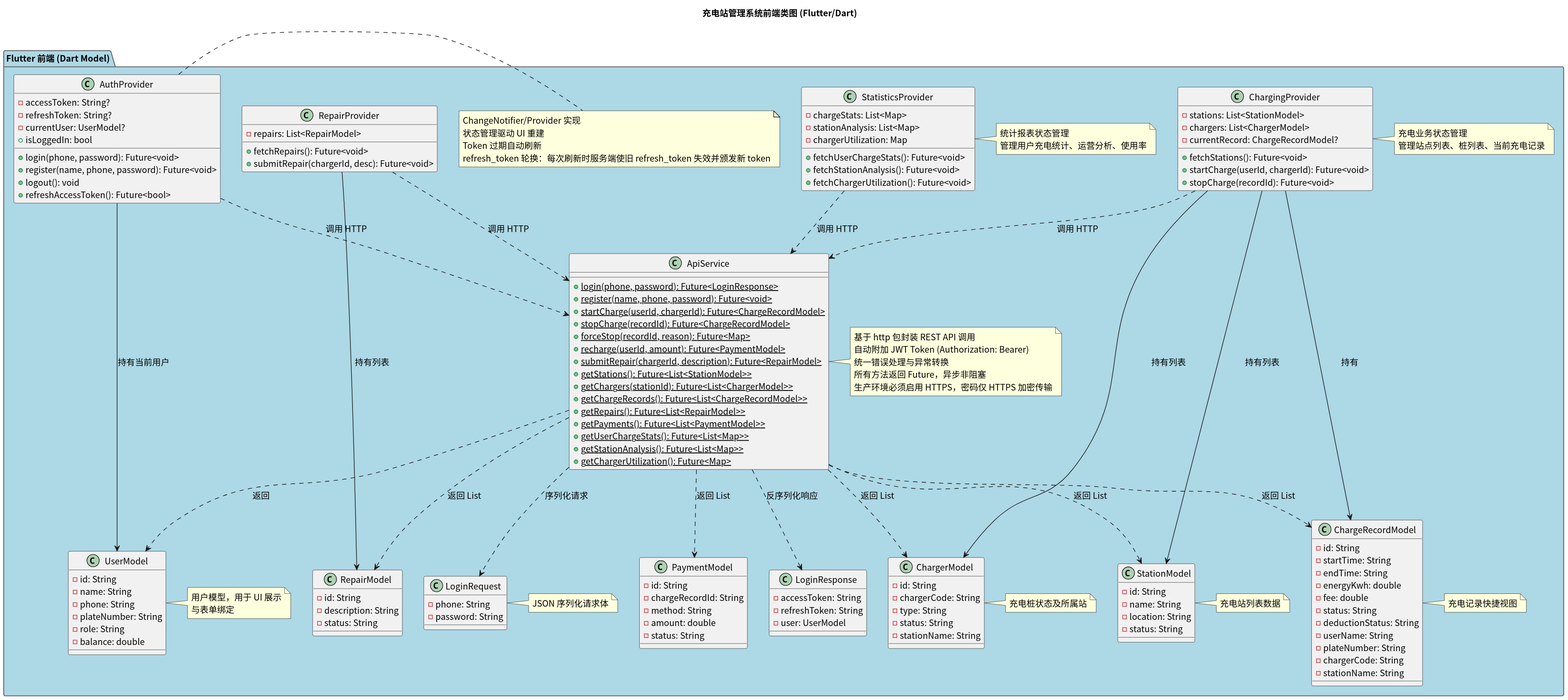
Before: class/img/frontend_class_diagram.svg, a diagram exported from PlantUML (greenhandzdl/charging-station-doc).
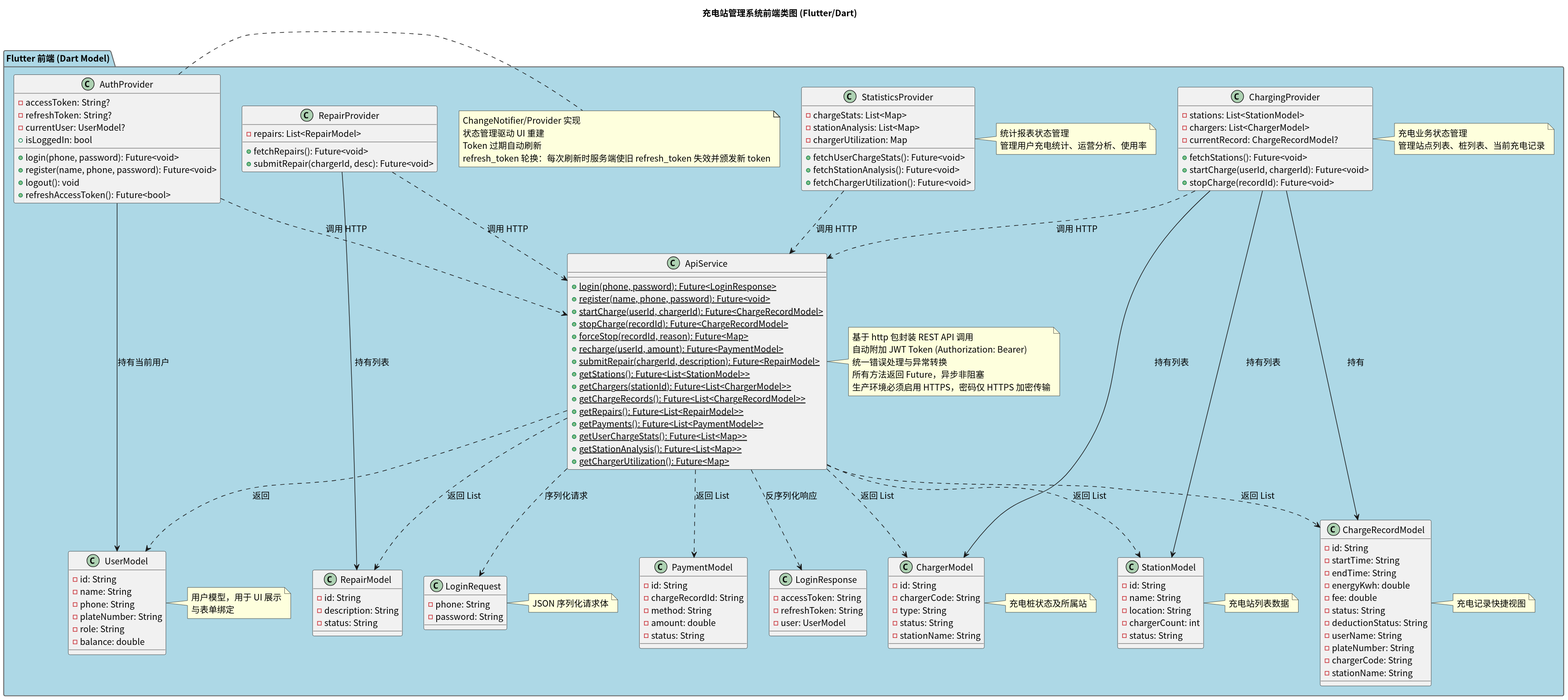
The same diagram one commit later.

What changed in the source:
```diff
@@ -23,6 +23,7 @@
     - id: String
     - name: String
     - location: String
+    - chargerCount: int
     - status: String
   }
   note right of FStation : 充电站列表数据
```
